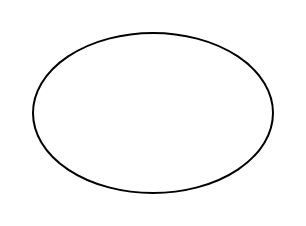
Before: use_case/UseCase.drawio in DiaconuAndr3i/ASSMS-Project, a draw.io diagram. Source tidied: cells renumbered, new cells numbered last; positions are measured from the earlier drawing's top-left corner, leaving out a move shared by most shapes. Both pictures are drawn from the tidied source at 200%, with x=0, y=0 at pixel (32, 32).
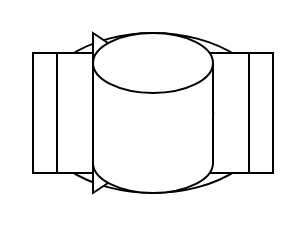
The same page after the edit.

Change to the diagram source:
```diff
@@
 <mxGraphModel>
   <root>
     <mxCell id="0" />
     <mxCell id="1" parent="0" />
     <mxCell id="2" style="ellipse;whiteSpace=wrap;html=1;" parent="1" vertex="1">
       <mxGeometry width="120" height="80" as="geometry" />
     </mxCell>
+    <mxCell id="3" style="shape=process;whiteSpace=wrap;html=1;backgroundOutline=1;" parent="1" vertex="1">
+      <mxGeometry y="10" width="120" height="60" as="geometry" />
+    </mxCell>
+    <mxCell id="4" style="triangle;whiteSpace=wrap;html=1;" parent="1" vertex="1">
+      <mxGeometry x="30" width="60" height="80" as="geometry" />
+    </mxCell>
+    <mxCell id="5" style="shape=cylinder3;whiteSpace=wrap;html=1;boundedLbl=1;backgroundOutline=1;size=15;" parent="1" vertex="1">
+      <mxGeometry x="30" width="60" height="80" as="geometry" />
+    </mxCell>
   </root>
 </mxGraphModel>
```
